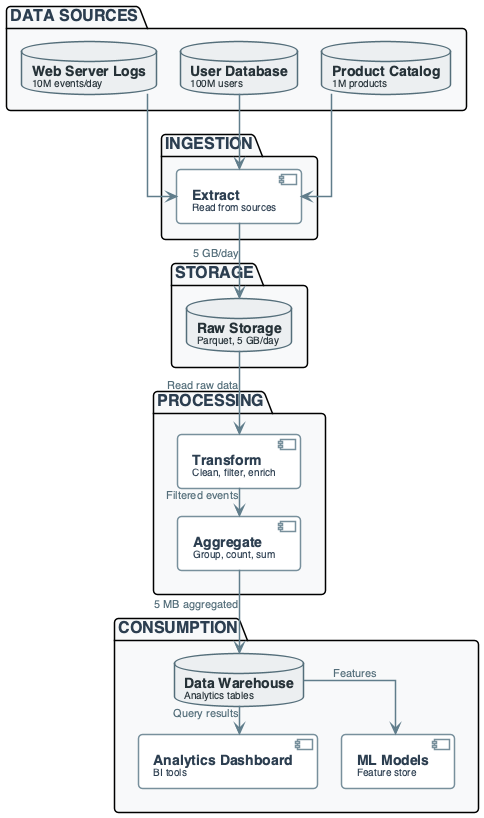
OrPerets/data-engineering-course keeps this PlantUML diagram as diagrams/week01/week1_lecture_slide12_lifecycle.png. Above is the earlier version.
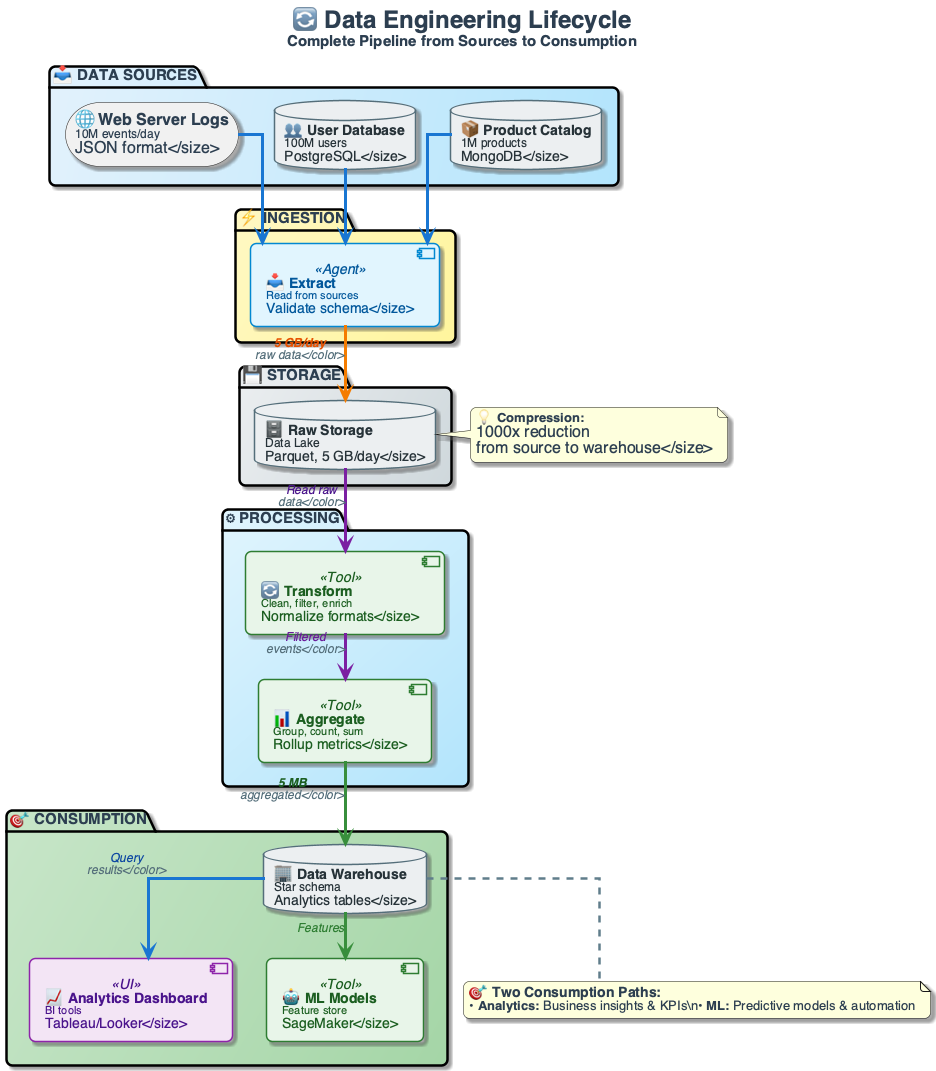
After the commit.

What changed in the source:
```diff
@@ -2,11 +2,11 @@
 
 top to bottom direction
 skinparam linetype ortho
-skinparam shadowing false
-skinparam roundcorner 8
+skinparam shadowing true
+skinparam roundcorner 12
 skinparam handwritten false
-skinparam nodesep 24
-skinparam ranksep 28
+skinparam nodesep 35
+skinparam ranksep 45
 
 skinparam defaultFontName "Segoe UI, Helvetica, sans-serif"
 skinparam defaultFontSize 16
@@ -40,9 +40,16 @@
 
 skinparam arrow {
     Color #607D8B
-    Thickness 1.5
-    FontSize 11
+    Thickness 2.5
+    FontSize 12
     FontColor #546E7A
+    FontStyle italic
+}
+
+skinparam package {
+    BorderThickness 2.5
+    FontSize 15
+    FontStyle bold
 }
 
 skinparam component<<UI>> {
@@ -118,47 +125,60 @@
 }
 
 
-package "DATA SOURCES" #F8F9FA {
-    database "**Web Server Logs**\n<size:10>10M events/day</size>" as SOURCE1
-    database "**User Database**\n<size:10>100M users</size>" as SOURCE2
-    database "**Product Catalog**\n<size:10>1M products</size>" as SOURCE3
+title <size:24><b>🔄 Data Engineering Lifecycle</b></size>\n<size:15>Complete Pipeline from Sources to Consumption</size>
+
+package "📥 DATA SOURCES" #E3F2FD/B3E5FC {
+    storage "🌐 **Web Server Logs**\n<size:12>10M events/day\nJSON format</size>" as SOURCE1
+    database "👥 **User Database**\n<size:12>100M users\nPostgreSQL</size>" as SOURCE2
+    database "📦 **Product Catalog**\n<size:12>1M products\nMongoDB</size>" as SOURCE3
 }
 
-package "INGESTION" #F8F9FA {
-    component "**Extract**\n<size:10>Read from sources</size>" as INGEST
+package "⚡ INGESTION" #FFF9C4/FFF59D {
+    component "📥 **Extract**\n<size:11>Read from sources\nValidate schema</size>" as INGEST <<Agent>>
 }
 
-package "STORAGE" #F8F9FA {
-    database "**Raw Storage**\n<size:10>Parquet, 5 GB/day</size>" as RAW
+package "💾 STORAGE" #ECEFF1/CFD8DC {
+    database "🗄️ **Raw Storage**\n<size:12>Data Lake\nParquet, 5 GB/day</size>" as RAW
 }
 
-package "PROCESSING" #F8F9FA {
+package "⚙️ PROCESSING" #E1F5FE/B3E5FC {
     together {
-        component "**Transform**\n<size:10>Clean, filter, enrich</size>" as TRANSFORM
-        component "**Aggregate**\n<size:10>Group, count, sum</size>" as AGGREGATE
+        component "🔄 **Transform**\n<size:11>Clean, filter, enrich\nNormalize formats</size>" as TRANSFORM <<Tool>>
+        component "📊 **Aggregate**\n<size:11>Group, count, sum\nRollup metrics</size>" as AGGREGATE <<Tool>>
     }
 }
 
-package "CONSUMPTION" #F8F9FA {
-    database "**Data Warehouse**\n<size:10>Analytics tables</size>" as WAREHOUSE
+package "🎯 CONSUMPTION" #C8E6C9/A5D6A7 {
+    database "🏢 **Data Warehouse**\n<size:12>Star schema\nAnalytics tables</size>" as WAREHOUSE
     together {
-        component "**Analytics Dashboard**\n<size:10>BI tools</size>" as DASHBOARD
-        component "**ML Models**\n<size:10>Feature store</size>" as ML
+        component "📈 **Analytics Dashboard**\n<size:11>BI tools\nTableau/Looker</size>" as DASHBOARD <<UI>>
+        component "🤖 **ML Models**\n<size:11>Feature store\nSageMaker</size>" as ML <<Tool>>
     }
 }
 
 
-SOURCE1 --> INGEST
-SOURCE2 --> INGEST
-SOURCE3 --> INGEST
+SOURCE1 -[#1976D2,thickness=3]-> INGEST
+SOURCE2 -[#1976D2,thickness=3]-> INGEST
+SOURCE3 -[#1976D2,thickness=3]-> INGEST
 
-INGEST --> RAW : "5 GB/day"
+INGEST -[#F57C00,thickness=3]-> RAW : <color:#E65100><b>5 GB/day</b>\nraw data</color>
 
-RAW --> TRANSFORM : "Read raw data"
-TRANSFORM --> AGGREGATE : "Filtered events"
-AGGREGATE --> WAREHOUSE : "5 MB aggregated"
+RAW -[#7B1FA2,thickness=3]-> TRANSFORM : <color:#4A148C>Read raw\ndata</color>
+TRANSFORM -[#7B1FA2,thickness=3]-> AGGREGATE : <color:#6A1B9A>Filtered\nevents</color>
+AGGREGATE -[#388E3C,thickness=3]-> WAREHOUSE : <color:#1B5E20><b>5 MB</b>\naggregated</color>
 
-WAREHOUSE --> DASHBOARD : "Query results"
-WAREHOUSE --> ML : "Features"
+WAREHOUSE -[#1976D2,thickness=3]-> DASHBOARD : <color:#0D47A1>Query\nresults</color>
+WAREHOUSE -[#388E3C,thickness=3]-> ML : <color:#2E7D32>Features</color>
+
+note right of RAW
+  <size:13><b>💡 Compression:</b>
+  1000x reduction
+  from source to warehouse</size>
+end note
+
+note bottom of WAREHOUSE
+  <size:14><b>🎯 Two Consumption Paths:</b></size>
+  <size:13>• <b>Analytics:</b> Business insights & KPIs\n• <b>ML:</b> Predictive models & automation</size>
+end note
 
 @enduml
```
